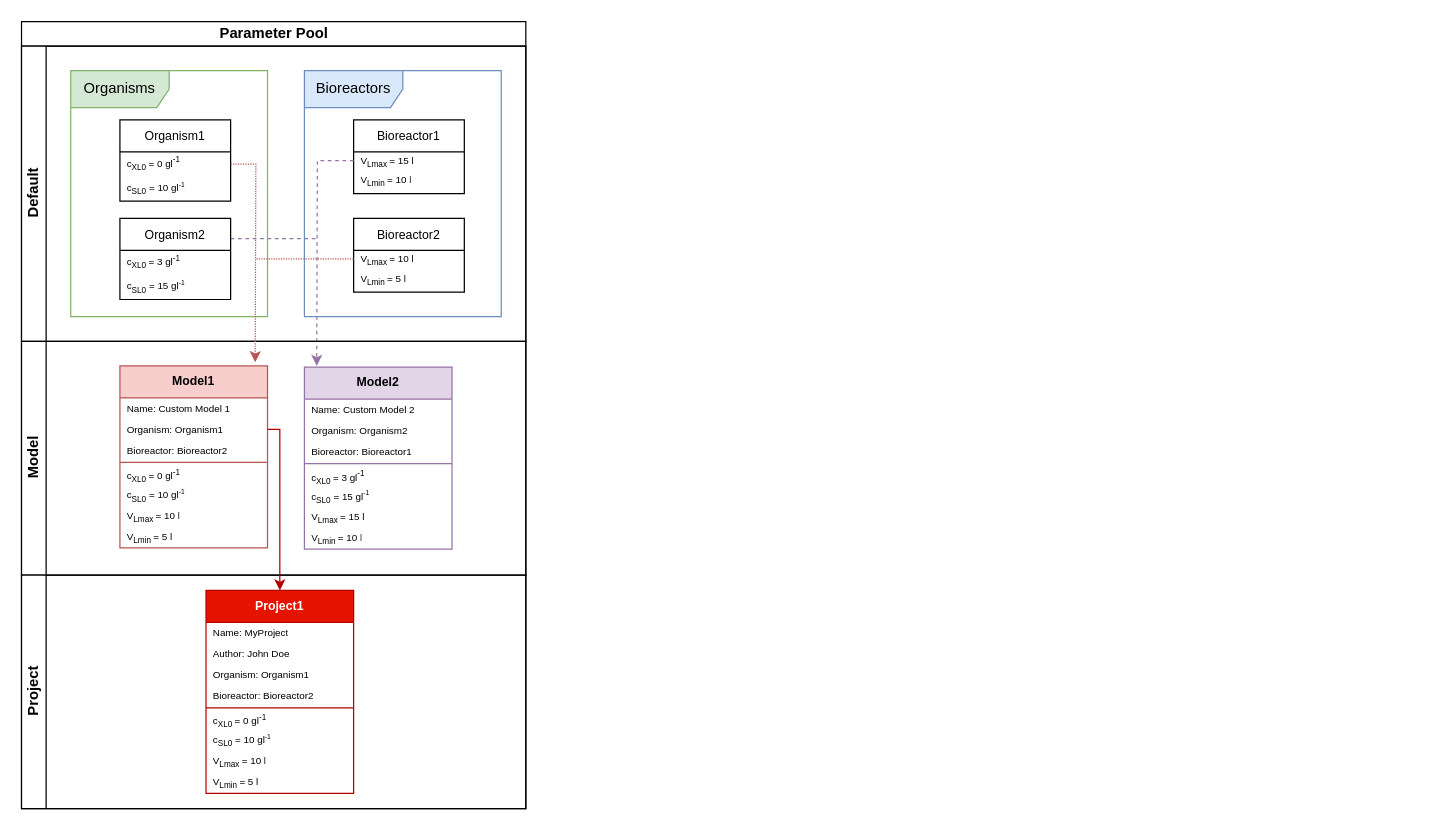
Yumatlab/bioprocesssimulation keeps this draw.io diagram as ParameterPool.drawio. Above is the earlier version. Source tidied: cells renumbered, new cells numbered last; positions are measured from the earlier drawing's top-left corner, leaving out a move shared by most shapes. Both pictures are drawn from the tidied source at 123%, with x=0, y=0 at pixel (21, 21).
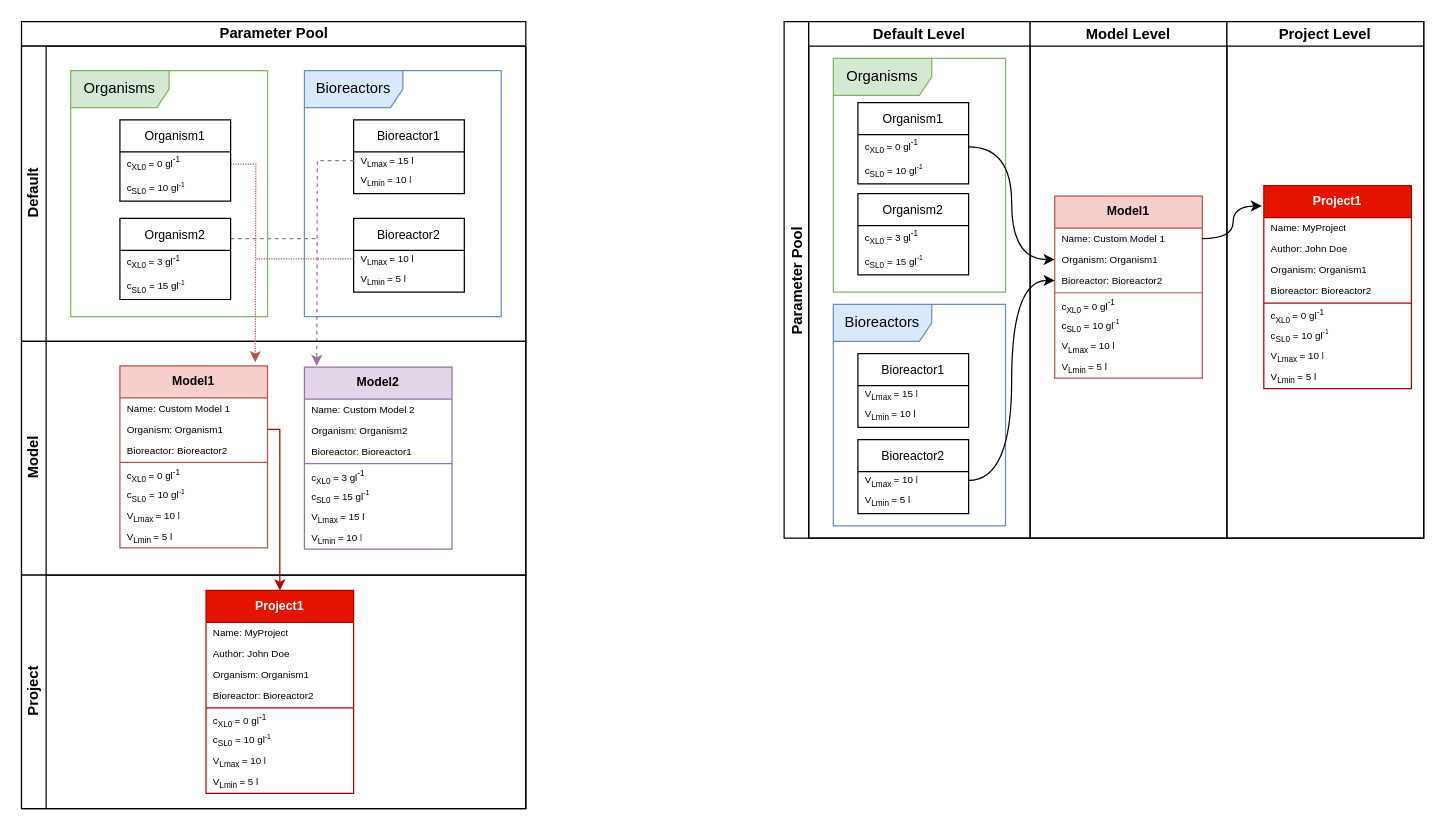
The same page after the edit.

Change to the diagram source:
```diff
@@
+    <mxCell id="53" value="Parameter Pool" style="swimlane;startSize=20;horizontal=0;" parent="1" vertex="1">
+      <mxGeometry x="620" width="520" height="420" as="geometry" />
+    </mxCell>
+    <mxCell id="54" value="Default Level" style="swimlane;startSize=20;" parent="53" vertex="1">
+      <mxGeometry x="20" width="180" height="420" as="geometry" />
+    </mxCell>
+    <mxCell id="55" value="&lt;font style=&quot;font-size: 10px;&quot;&gt;Organism1&lt;/font&gt;" style="swimlane;fontStyle=0;horizontal=1;startSize=26;fillColor=none;whiteSpace=wrap;html=1;" parent="54" vertex="1">
+      <mxGeometry x="40" y="66" width="90" height="66" as="geometry" />
+    </mxCell>
+    <mxCell id="56" value="c&lt;sub&gt;XL0&amp;nbsp;&lt;/sub&gt;= 0 gl&lt;sup&gt;-1&lt;/sup&gt;" style="text;strokeColor=none;fillColor=none;align=left;verticalAlign=middle;spacingLeft=4;spacingRight=4;overflow=hidden;points=[[0,0.5],[1,0.5]];portConstraint=eastwest;whiteSpace=wrap;html=1;fontSize=8;" parent="55" vertex="1">
+      <mxGeometry y="26" width="90" height="20" as="geometry" />
+    </mxCell>
+    <mxCell id="57" value="c&lt;sub&gt;SL0&lt;/sub&gt;&amp;nbsp;= 10 gl&lt;span style=&quot;font-size: 6.66667px;&quot;&gt;&lt;sup&gt;-1&lt;/sup&gt;&lt;/span&gt;" style="text;strokeColor=none;fillColor=none;align=left;verticalAlign=middle;spacingLeft=4;spacingRight=4;overflow=hidden;whiteSpace=wrap;html=1;fontSize=8;" parent="55" vertex="1">
+      <mxGeometry y="46" width="90" height="20" as="geometry" />
+    </mxCell>
+    <mxCell id="58" value="&lt;font style=&quot;font-size: 10px;&quot;&gt;Organism2&lt;/font&gt;" style="swimlane;fontStyle=0;horizontal=1;startSize=26;fillColor=none;whiteSpace=wrap;html=1;verticalAlign=middle;" parent="54" vertex="1">
+      <mxGeometry x="40" y="140" width="90" height="66" as="geometry" />
+    </mxCell>
+    <mxCell id="59" value="c&lt;sub&gt;XL0&amp;nbsp;&lt;/sub&gt;= 3 gl&lt;sup&gt;-1&lt;/sup&gt;" style="text;strokeColor=none;fillColor=none;align=left;verticalAlign=middle;spacingLeft=4;spacingRight=4;overflow=hidden;whiteSpace=wrap;html=1;fontSize=8;" parent="58" vertex="1">
+      <mxGeometry y="26" width="90" height="20" as="geometry" />
+    </mxCell>
+    <mxCell id="60" value="c&lt;sub&gt;SL0&lt;/sub&gt;&amp;nbsp;= 15 gl&lt;span style=&quot;font-size: 6.66667px;&quot;&gt;&lt;sup&gt;-1&lt;/sup&gt;&lt;/span&gt;" style="text;strokeColor=none;fillColor=none;align=left;verticalAlign=middle;spacingLeft=4;spacingRight=4;overflow=hidden;whiteSpace=wrap;html=1;fontSize=8;" parent="58" vertex="1">
+      <mxGeometry y="46" width="90" height="20" as="geometry" />
+    </mxCell>
+    <mxCell id="61" value="Organisms" style="shape=umlFrame;whiteSpace=wrap;html=1;width=80;height=30;fillColor=#d5e8d4;strokeColor=#82b366;" parent="54" vertex="1">
+      <mxGeometry x="20" y="30" width="140" height="190" as="geometry" />
+    </mxCell>
+    <mxCell id="62" value="&lt;font style=&quot;font-size: 10px;&quot;&gt;Bioreactor2&lt;/font&gt;" style="swimlane;fontStyle=0;horizontal=1;startSize=26;fillColor=none;whiteSpace=wrap;html=1;fontSize=8;verticalAlign=middle;" parent="54" vertex="1">
+      <mxGeometry x="40" y="340" width="90" height="60" as="geometry" />
+    </mxCell>
+    <mxCell id="63" value="V&lt;sub&gt;Lmax&amp;nbsp;&lt;/sub&gt;= 10 l" style="text;strokeColor=none;fillColor=none;align=left;verticalAlign=middle;spacingLeft=4;spacingRight=4;overflow=hidden;points=[[0,0.5],[1,0.5]];portConstraint=eastwest;whiteSpace=wrap;html=1;fontSize=8;" parent="62" vertex="1">
+      <mxGeometry y="26" width="90" height="14" as="geometry" />
+    </mxCell>
+    <mxCell id="64" value="V&lt;sub&gt;Lmin&amp;nbsp;&lt;/sub&gt;= 5 l" style="text;strokeColor=none;fillColor=none;align=left;verticalAlign=middle;spacingLeft=4;spacingRight=4;overflow=hidden;whiteSpace=wrap;html=1;fontSize=8;" parent="62" vertex="1">
+      <mxGeometry y="40" width="90" height="20" as="geometry" />
+    </mxCell>
+    <mxCell id="65" value="&lt;font style=&quot;font-size: 10px;&quot;&gt;Bioreactor1&lt;/font&gt;" style="swimlane;fontStyle=0;horizontal=1;startSize=26;fillColor=none;whiteSpace=wrap;html=1;fontSize=8;" parent="54" vertex="1">
+      <mxGeometry x="40" y="270" width="90" height="60" as="geometry" />
+    </mxCell>
+    <mxCell id="66" value="V&lt;sub&gt;Lmax&amp;nbsp;&lt;/sub&gt;= 15 l" style="text;strokeColor=none;fillColor=none;align=left;verticalAlign=middle;spacingLeft=4;spacingRight=4;overflow=hidden;whiteSpace=wrap;html=1;fontSize=8;" parent="65" vertex="1">
+      <mxGeometry y="26" width="90" height="14" as="geometry" />
+    </mxCell>
+    <mxCell id="67" value="V&lt;sub&gt;Lmin&amp;nbsp;&lt;/sub&gt;= 10 l" style="text;strokeColor=none;fillColor=none;align=left;verticalAlign=middle;spacingLeft=4;spacingRight=4;overflow=hidden;whiteSpace=wrap;html=1;fontSize=8;" parent="65" vertex="1">
+      <mxGeometry y="40" width="90" height="20" as="geometry" />
+    </mxCell>
+    <mxCell id="68" value="Bioreactors" style="shape=umlFrame;whiteSpace=wrap;html=1;width=80;height=30;fillColor=#dae8fc;strokeColor=#6c8ebf;" parent="54" vertex="1">
+      <mxGeometry x="20" y="230" width="140" height="180" as="geometry" />
+    </mxCell>
+    <mxCell id="69" value="Model Level" style="swimlane;startSize=20;" parent="53" vertex="1">
+      <mxGeometry x="200" width="160" height="420" as="geometry" />
+    </mxCell>
+    <mxCell id="70" value="Model1" style="swimlane;fontStyle=1;align=center;verticalAlign=top;horizontal=1;startSize=26;whiteSpace=wrap;html=1;fontSize=10;fillColor=#f8cecc;strokeColor=#b85450;" parent="69" vertex="1">
+      <mxGeometry x="20" y="142" width="120" height="148" as="geometry" />
+    </mxCell>
+    <mxCell id="71" value="Name: Custom Model 1" style="text;strokeColor=none;fillColor=none;align=left;verticalAlign=middle;spacingLeft=4;spacingRight=4;overflow=hidden;points=[[0,0.5],[1,0.5]];portConstraint=eastwest;whiteSpace=wrap;html=1;fontSize=8;" parent="70" vertex="1">
+      <mxGeometry y="26" width="120" height="17" as="geometry" />
+    </mxCell>
+    <mxCell id="72" value="Organism: Organism1" style="text;strokeColor=none;fillColor=none;align=left;verticalAlign=middle;spacingLeft=4;spacingRight=4;overflow=hidden;points=[[0,0.5],[1,0.5]];portConstraint=eastwest;whiteSpace=wrap;html=1;fontSize=8;" parent="70" vertex="1">
+      <mxGeometry y="43" width="120" height="17" as="geometry" />
+    </mxCell>
+    <mxCell id="73" value="Bioreactor: Bioreactor2" style="text;strokeColor=none;fillColor=none;align=left;verticalAlign=middle;spacingLeft=4;spacingRight=4;overflow=hidden;points=[[0,0.5],[1,0.5]];portConstraint=eastwest;whiteSpace=wrap;html=1;fontSize=8;" parent="70" vertex="1">
+      <mxGeometry y="60" width="120" height="17" as="geometry" />
+    </mxCell>
+    <mxCell id="74" style="line;strokeWidth=1;fillColor=none;align=left;verticalAlign=middle;spacingTop=-1;spacingLeft=3;spacingRight=3;labelPosition=right;strokeColor=inherit;fontSize=10;" parent="70" vertex="1">
+      <mxGeometry y="77" width="120" height="3" as="geometry" />
+    </mxCell>
+    <mxCell id="75" value="c&lt;sub&gt;XL0&amp;nbsp;&lt;/sub&gt;= 0 gl&lt;sup&gt;-1&lt;/sup&gt;" style="text;strokeColor=none;fillColor=none;align=left;verticalAlign=middle;spacingLeft=4;spacingRight=4;overflow=hidden;whiteSpace=wrap;html=1;fontSize=8;horizontal=1;" parent="70" vertex="1">
+      <mxGeometry y="80" width="120" height="17" as="geometry" />
+    </mxCell>
+    <mxCell id="76" value="c&lt;sub&gt;SL0&lt;/sub&gt;&amp;nbsp;= 10 gl&lt;span style=&quot;font-size: 6.66667px;&quot;&gt;&lt;sup&gt;-1&lt;/sup&gt;&lt;/span&gt;" style="text;strokeColor=none;fillColor=none;align=left;verticalAlign=middle;spacingLeft=4;spacingRight=4;overflow=hidden;whiteSpace=wrap;html=1;fontSize=8;horizontal=1;" parent="70" vertex="1">
+      <mxGeometry y="97" width="120" height="17" as="geometry" />
+    </mxCell>
+    <mxCell id="77" value="V&lt;sub&gt;Lmax&amp;nbsp;&lt;/sub&gt;= 10 l" style="text;strokeColor=none;fillColor=none;align=left;verticalAlign=middle;spacingLeft=4;spacingRight=4;overflow=hidden;whiteSpace=wrap;html=1;fontSize=8;horizontal=1;" parent="70" vertex="1">
+      <mxGeometry y="114" width="120" height="17" as="geometry" />
+    </mxCell>
+    <mxCell id="78" value="V&lt;sub&gt;Lmin&amp;nbsp;&lt;/sub&gt;= 5 l" style="text;strokeColor=none;fillColor=none;align=left;verticalAlign=middle;spacingLeft=4;spacingRight=4;overflow=hidden;whiteSpace=wrap;html=1;fontSize=8;horizontal=1;" parent="70" vertex="1">
+      <mxGeometry y="131" width="120" height="17" as="geometry" />
+    </mxCell>
+    <mxCell id="79" value="Project Level" style="swimlane;startSize=20;" parent="53" vertex="1">
+      <mxGeometry x="360" width="160" height="420" as="geometry" />
+    </mxCell>
+    <mxCell id="80" value="Project1" style="swimlane;fontStyle=1;align=center;verticalAlign=top;horizontal=1;startSize=26;whiteSpace=wrap;html=1;fontSize=10;fillColor=#e51400;strokeColor=#B20000;fontColor=#ffffff;" parent="79" vertex="1">
+      <mxGeometry x="30" y="133.5" width="120" height="165" as="geometry" />
+    </mxCell>
+    <mxCell id="81" value="Name: MyProject" style="text;strokeColor=none;fillColor=none;align=left;verticalAlign=middle;spacingLeft=4;spacingRight=4;overflow=hidden;whiteSpace=wrap;html=1;fontSize=8;" parent="80" vertex="1">
+      <mxGeometry y="26" width="120" height="17" as="geometry" />
+    </mxCell>
+    <mxCell id="82" value="Author: John Doe" style="whiteSpace=wrap;html=1;fillColor=none;strokeColor=none;align=left;fontSize=8;spacingLeft=4;spacingRight=4;" parent="80" vertex="1">
+      <mxGeometry y="43" width="120" height="17" as="geometry" />
+    </mxCell>
+    <mxCell id="83" value="Organism: Organism1" style="text;strokeColor=none;fillColor=none;align=left;verticalAlign=middle;spacingLeft=4;spacingRight=4;overflow=hidden;whiteSpace=wrap;html=1;fontSize=8;" parent="80" vertex="1">
+      <mxGeometry y="60" width="120" height="17" as="geometry" />
+    </mxCell>
+    <mxCell id="84" value="Bioreactor: Bioreactor2" style="text;strokeColor=none;fillColor=none;align=left;verticalAlign=middle;spacingLeft=4;spacingRight=4;overflow=hidden;whiteSpace=wrap;html=1;fontSize=8;" parent="80" vertex="1">
+      <mxGeometry y="77" width="120" height="17" as="geometry" />
+    </mxCell>
+    <mxCell id="85" style="line;strokeWidth=1;fillColor=none;align=left;verticalAlign=middle;spacingTop=-1;spacingLeft=3;spacingRight=3;labelPosition=right;strokeColor=inherit;fontSize=10;" parent="80" vertex="1">
+      <mxGeometry y="94" width="120" height="3" as="geometry" />
+    </mxCell>
+    <mxCell id="86" value="c&lt;sub&gt;XL0&amp;nbsp;&lt;/sub&gt;= 0 gl&lt;sup&gt;-1&lt;/sup&gt;" style="text;strokeColor=none;fillColor=none;align=left;verticalAlign=middle;spacingLeft=4;spacingRight=4;overflow=hidden;whiteSpace=wrap;html=1;fontSize=8;horizontal=1;" parent="80" vertex="1">
+      <mxGeometry y="97" width="120" height="17" as="geometry" />
+    </mxCell>
+    <mxCell id="87" value="c&lt;sub&gt;SL0&lt;/sub&gt;&amp;nbsp;= 10 gl&lt;span style=&quot;font-size: 6.66667px;&quot;&gt;&lt;sup&gt;-1&lt;/sup&gt;&lt;/span&gt;" style="text;strokeColor=none;fillColor=none;align=left;verticalAlign=middle;spacingLeft=4;spacingRight=4;overflow=hidden;whiteSpace=wrap;html=1;fontSize=8;horizontal=1;" parent="80" vertex="1">
+      <mxGeometry y="114" width="120" height="17" as="geometry" />
+    </mxCell>
+    <mxCell id="88" value="V&lt;sub&gt;Lmax&amp;nbsp;&lt;/sub&gt;= 10 l" style="text;strokeColor=none;fillColor=none;align=left;verticalAlign=middle;spacingLeft=4;spacingRight=4;overflow=hidden;whiteSpace=wrap;html=1;fontSize=8;horizontal=1;" parent="80" vertex="1">
+      <mxGeometry y="131" width="120" height="17" as="geometry" />
+    </mxCell>
+    <mxCell id="89" value="V&lt;sub&gt;Lmin&amp;nbsp;&lt;/sub&gt;= 5 l" style="text;strokeColor=none;fillColor=none;align=left;verticalAlign=middle;spacingLeft=4;spacingRight=4;overflow=hidden;whiteSpace=wrap;html=1;fontSize=8;horizontal=1;" parent="80" vertex="1">
+      <mxGeometry y="148" width="120" height="17" as="geometry" />
+    </mxCell>
+    <mxCell id="90" style="edgeStyle=orthogonalEdgeStyle;rounded=0;jettySize=auto;html=1;exitX=1;exitY=0.5;exitDx=0;exitDy=0;entryX=0;entryY=0.5;entryDx=0;entryDy=0;curved=1;" parent="53" edge="1" source="56" target="72">
+      <mxGeometry relative="1" as="geometry" />
+    </mxCell>
+    <mxCell id="91" style="edgeStyle=orthogonalEdgeStyle;rounded=0;jettySize=auto;html=1;exitX=1;exitY=0.5;exitDx=0;exitDy=0;entryX=0;entryY=0.5;entryDx=0;entryDy=0;curved=1;" parent="53" edge="1" source="63" target="73">
+      <mxGeometry relative="1" as="geometry" />
+    </mxCell>
+    <mxCell id="92" style="edgeStyle=orthogonalEdgeStyle;rounded=0;jettySize=auto;html=1;exitX=1;exitY=0.5;exitDx=0;exitDy=0;entryX=-0.013;entryY=0.1;entryDx=0;entryDy=0;entryPerimeter=0;curved=1;" parent="53" edge="1" source="71" target="80">
+      <mxGeometry relative="1" as="geometry" />
+    </mxCell>
```
